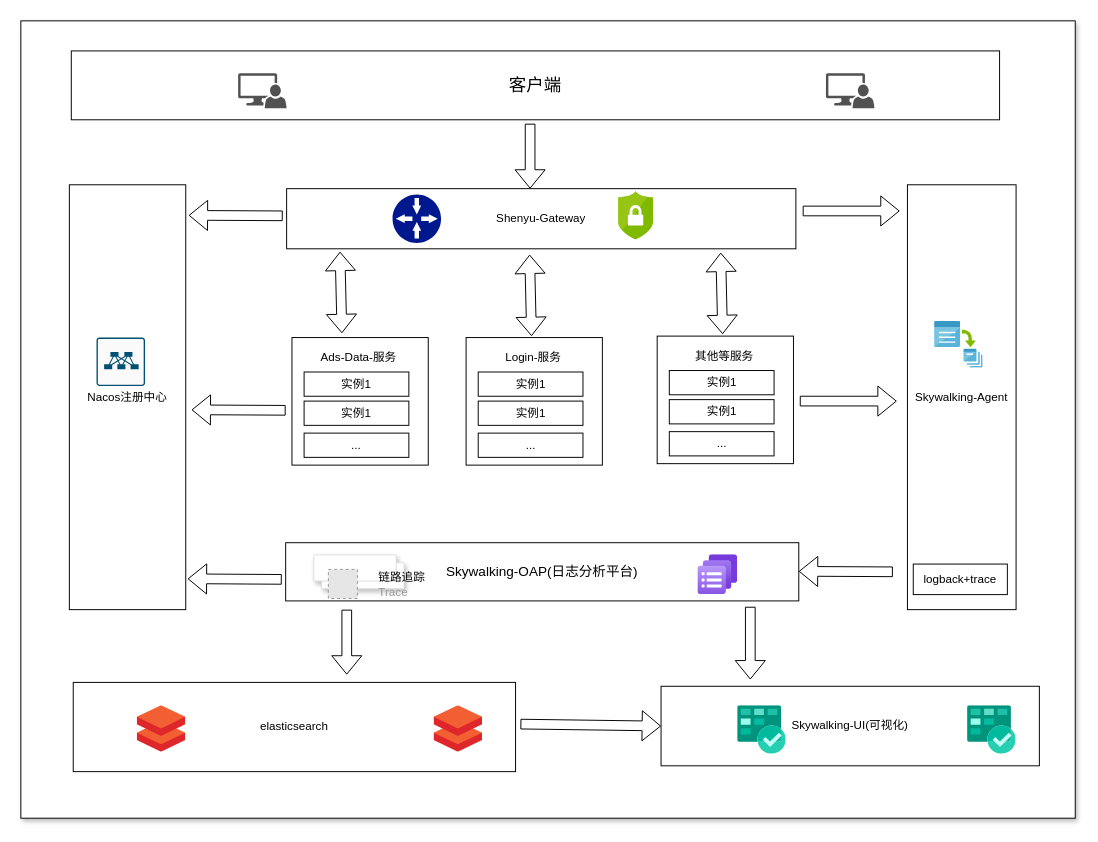
This is 海绵业务流程图/SW微服务.drawio from YYB1024/myRemoteRepo, a draw.io file, before an edit. Source tidied: cells renumbered, new cells numbered last; positions are measured from the earlier drawing's top-left corner, leaving out a move shared by most shapes. Both pictures are drawn from the tidied source at 97%, with x=0, y=0 at pixel (20, 20). Pictures stored in the file or linked from it are replaced by grey dashed boxes.
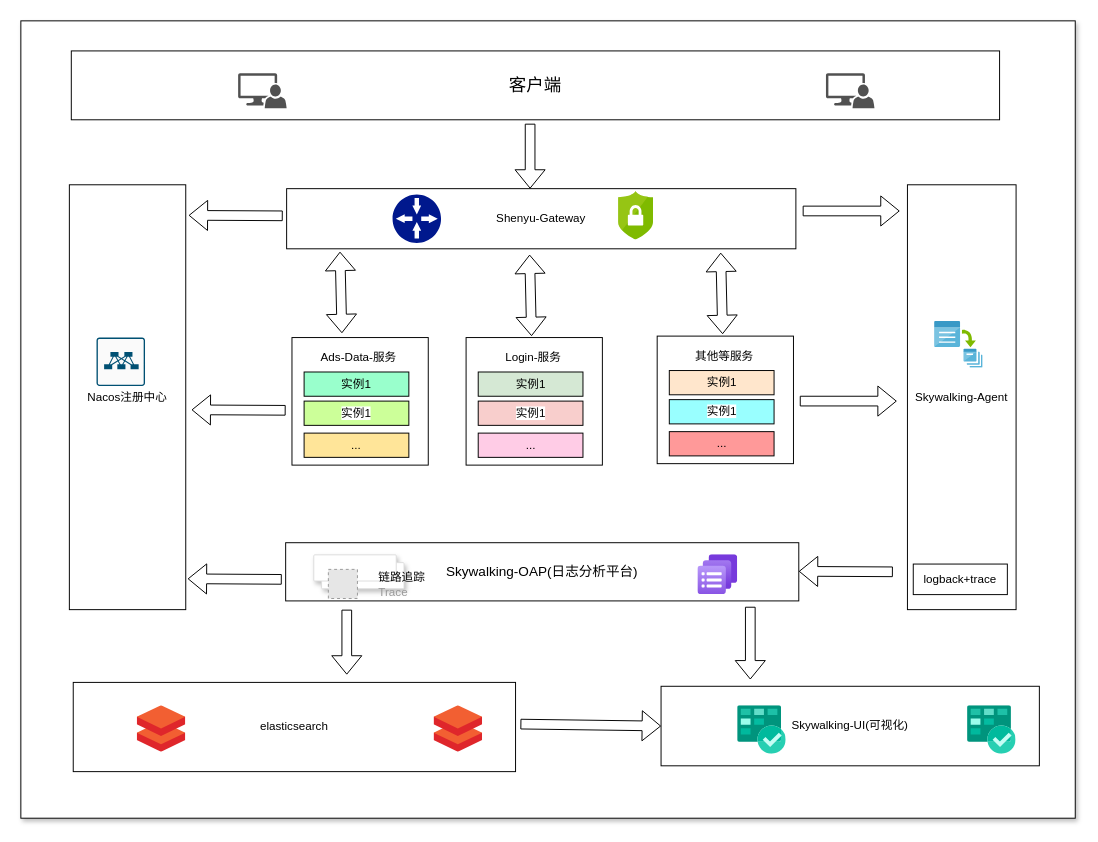
The same diagram, later.

Commit message (it also covers changes not shown here):
更新SW微服务.drawio

Change to the diagram source:
```diff
@@
-    <mxCell id="10" value="实例1" style="rounded=0;whiteSpace=wrap;html=1;" parent="1" vertex="1">
+    <mxCell id="10" value="实例1" style="rounded=0;whiteSpace=wrap;html=1;fillColor=#99FFCC;" parent="1" vertex="1">
       <mxGeometry x="292" y="362" width="108" height="25" as="geometry" />
     </mxCell>
-    <mxCell id="11" value="&lt;span style=&quot;color: rgb(0, 0, 0); font-family: Helvetica; font-size: 12px; font-style: normal; font-variant-ligatures: normal; font-variant-caps: normal; font-weight: 400; letter-spacing: normal; orphans: 2; text-align: center; text-indent: 0px; text-transform: none; widows: 2; word-spacing: 0px; -webkit-text-stroke-width: 0px; white-space: normal; background-color: rgb(255, 255, 255); text-decoration-thickness: initial; text-decoration-style: initial; text-decoration-color: initial; display: inline !important; float: none;&quot;&gt;实例1&lt;/span&gt;" style="rounded=0;whiteSpace=wrap;html=1;" parent="1" vertex="1">
+    <mxCell id="11" value="&lt;span style=&quot;color: rgb(0, 0, 0); font-family: Helvetica; font-size: 12px; font-style: normal; font-variant-ligatures: normal; font-variant-caps: normal; font-weight: 400; letter-spacing: normal; orphans: 2; text-align: center; text-indent: 0px; text-transform: none; widows: 2; word-spacing: 0px; -webkit-text-stroke-width: 0px; white-space: normal; background-color: rgb(255, 255, 255); text-decoration-thickness: initial; text-decoration-style: initial; text-decoration-color: initial; display: inline !important; float: none;&quot;&gt;实例1&lt;/span&gt;" style="rounded=0;whiteSpace=wrap;html=1;fillColor=#CCFF99;" parent="1" vertex="1">
       <mxGeometry x="292" y="392" width="108" height="25" as="geometry" />
     </mxCell>
@@
-    <mxCell id="13" value="..." style="rounded=0;whiteSpace=wrap;html=1;" parent="1" vertex="1">
+    <mxCell id="13" value="..." style="rounded=0;whiteSpace=wrap;html=1;fillColor=#FFE599;" parent="1" vertex="1">
       <mxGeometry x="292" y="425" width="108" height="25" as="geometry" />
     </mxCell>
@@
-    <mxCell id="15" value="实例1" style="rounded=0;whiteSpace=wrap;html=1;" parent="1" vertex="1">
+    <mxCell id="15" value="实例1" style="rounded=0;whiteSpace=wrap;html=1;fillColor=#D5E8D4;" parent="1" vertex="1">
       <mxGeometry x="471.5" y="362" width="108" height="25" as="geometry" />
     </mxCell>
-    <mxCell id="16" value="&lt;span style=&quot;color: rgb(0, 0, 0); font-family: Helvetica; font-size: 12px; font-style: normal; font-variant-ligatures: normal; font-variant-caps: normal; font-weight: 400; letter-spacing: normal; orphans: 2; text-align: center; text-indent: 0px; text-transform: none; widows: 2; word-spacing: 0px; -webkit-text-stroke-width: 0px; white-space: normal; background-color: rgb(255, 255, 255); text-decoration-thickness: initial; text-decoration-style: initial; text-decoration-color: initial; display: inline !important; float: none;&quot;&gt;实例1&lt;/span&gt;" style="rounded=0;whiteSpace=wrap;html=1;" parent="1" vertex="1">
+    <mxCell id="16" value="&lt;span style=&quot;color: rgb(0, 0, 0); font-family: Helvetica; font-size: 12px; font-style: normal; font-variant-ligatures: normal; font-variant-caps: normal; font-weight: 400; letter-spacing: normal; orphans: 2; text-align: center; text-indent: 0px; text-transform: none; widows: 2; word-spacing: 0px; -webkit-text-stroke-width: 0px; white-space: normal; background-color: rgb(255, 255, 255); text-decoration-thickness: initial; text-decoration-style: initial; text-decoration-color: initial; display: inline !important; float: none;&quot;&gt;实例1&lt;/span&gt;" style="rounded=0;whiteSpace=wrap;html=1;fillColor=#F8CECC;" parent="1" vertex="1">
       <mxGeometry x="471.5" y="392" width="108" height="25" as="geometry" />
     </mxCell>
@@
-    <mxCell id="18" value="..." style="rounded=0;whiteSpace=wrap;html=1;" parent="1" vertex="1">
+    <mxCell id="18" value="..." style="rounded=0;whiteSpace=wrap;html=1;fillColor=#FFCCE6;" parent="1" vertex="1">
       <mxGeometry x="471.5" y="425" width="108" height="25" as="geometry" />
     </mxCell>
@@
-    <mxCell id="20" value="实例1" style="rounded=0;whiteSpace=wrap;html=1;" parent="1" vertex="1">
+    <mxCell id="20" value="实例1" style="rounded=0;whiteSpace=wrap;html=1;fillColor=#FFE6CC;" parent="1" vertex="1">
       <mxGeometry x="668.5" y="360.5" width="108" height="25" as="geometry" />
     </mxCell>
-    <mxCell id="21" value="&lt;span style=&quot;color: rgb(0, 0, 0); font-family: Helvetica; font-size: 12px; font-style: normal; font-variant-ligatures: normal; font-variant-caps: normal; font-weight: 400; letter-spacing: normal; orphans: 2; text-align: center; text-indent: 0px; text-transform: none; widows: 2; word-spacing: 0px; -webkit-text-stroke-width: 0px; white-space: normal; background-color: rgb(255, 255, 255); text-decoration-thickness: initial; text-decoration-style: initial; text-decoration-color: initial; display: inline !important; float: none;&quot;&gt;实例1&lt;/span&gt;" style="rounded=0;whiteSpace=wrap;html=1;" parent="1" vertex="1">
+    <mxCell id="21" value="&lt;span style=&quot;color: rgb(0, 0, 0); font-family: Helvetica; font-size: 12px; font-style: normal; font-variant-ligatures: normal; font-variant-caps: normal; font-weight: 400; letter-spacing: normal; orphans: 2; text-align: center; text-indent: 0px; text-transform: none; widows: 2; word-spacing: 0px; -webkit-text-stroke-width: 0px; white-space: normal; background-color: rgb(255, 255, 255); text-decoration-thickness: initial; text-decoration-style: initial; text-decoration-color: initial; display: inline !important; float: none;&quot;&gt;实例1&lt;/span&gt;" style="rounded=0;whiteSpace=wrap;html=1;fillColor=#99FFFF;" parent="1" vertex="1">
       <mxGeometry x="668.5" y="390.5" width="108" height="25" as="geometry" />
     </mxCell>
@@
-    <mxCell id="23" value="..." style="rounded=0;whiteSpace=wrap;html=1;" parent="1" vertex="1">
+    <mxCell id="23" value="..." style="rounded=0;whiteSpace=wrap;html=1;fillColor=#FF9999;" parent="1" vertex="1">
       <mxGeometry x="668.5" y="423.5" width="108" height="25" as="geometry" />
     </mxCell>
```
